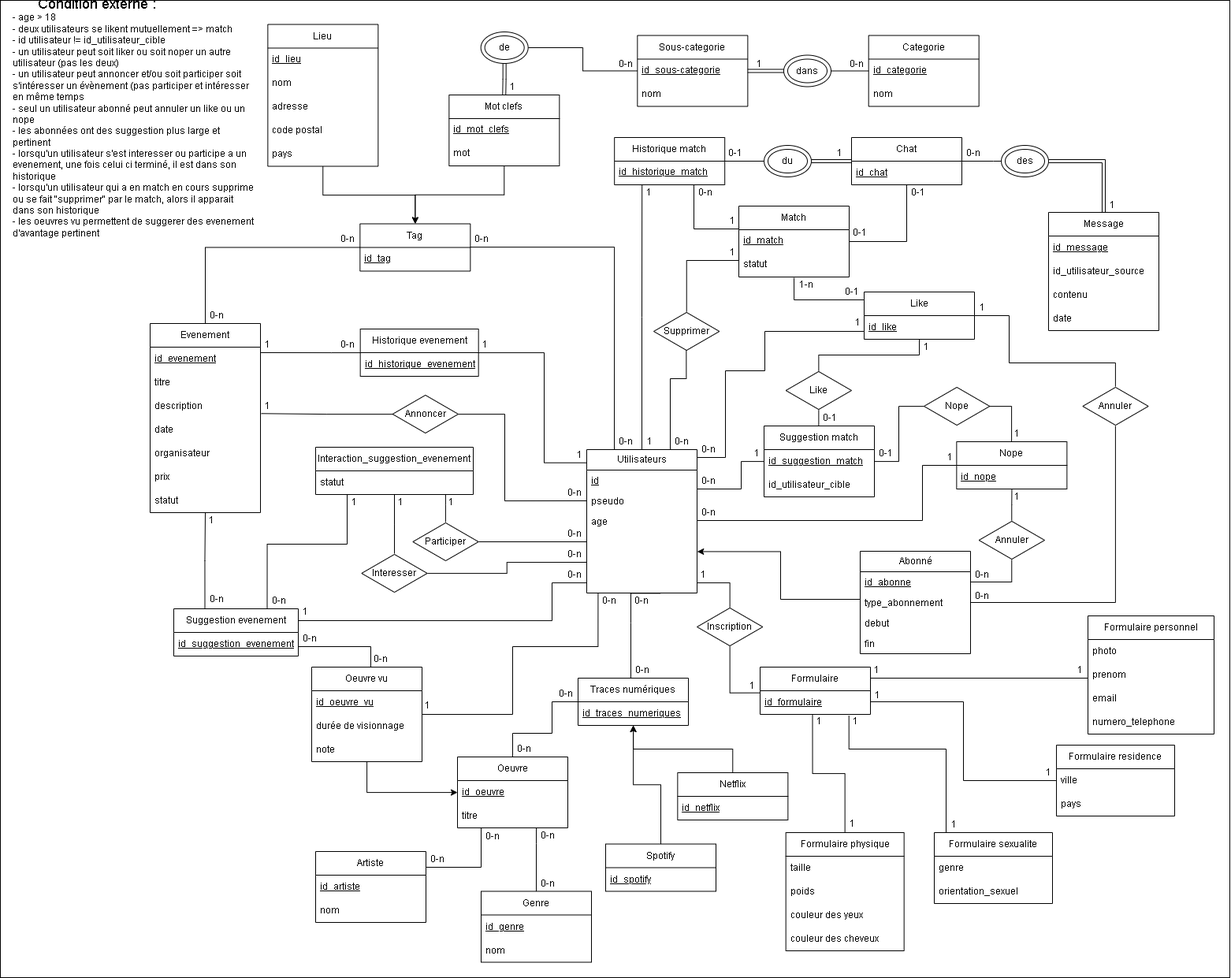
Before: ER.png, a diagram exported from draw.io (SuyuKuka/Le-Big-Match-Big-Brother-Is-Matching-You). Source tidied: cells renumbered, new cells last; positions are measured from the earlier drawing's top-left corner, leaving out a move shared by most shapes.
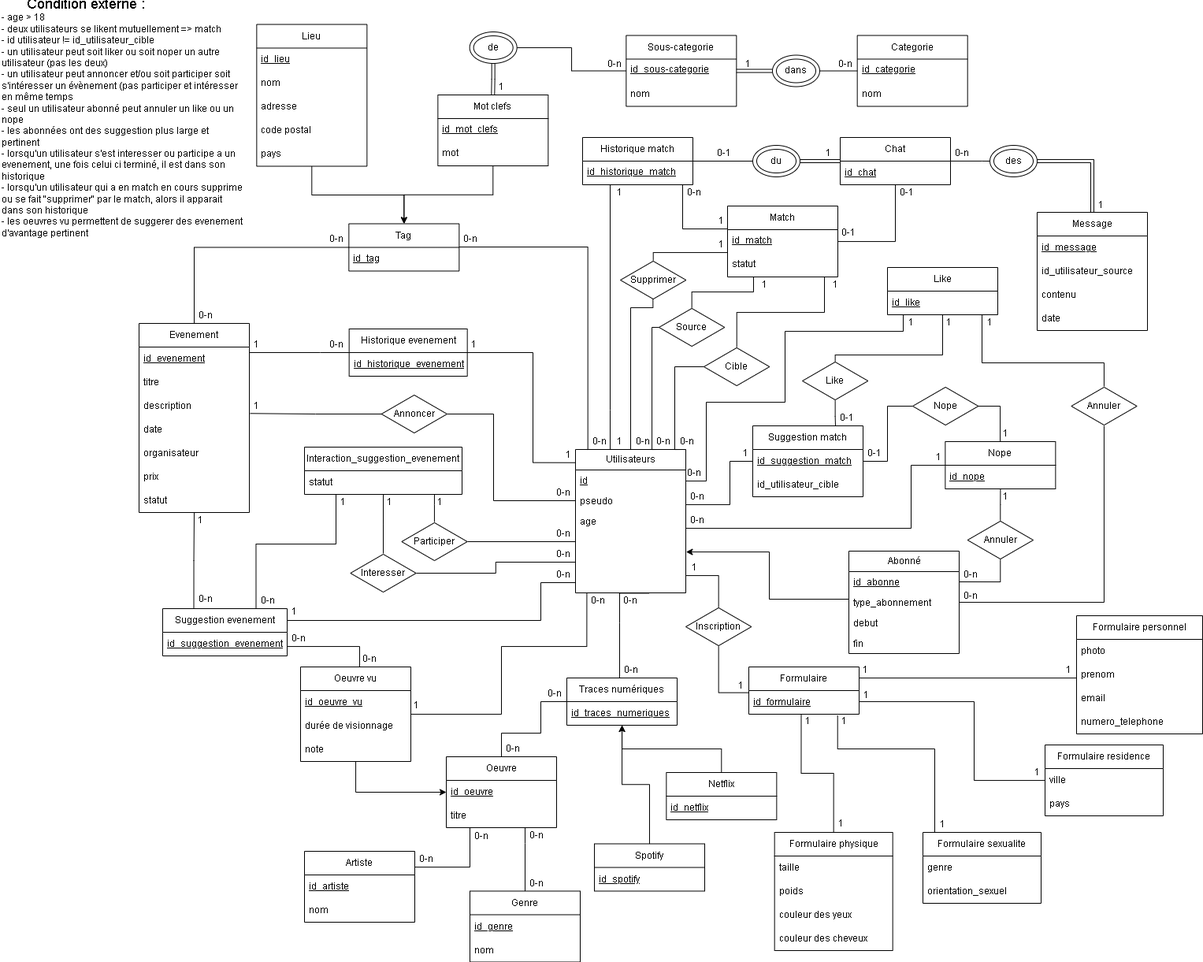
The same file after the commit.

Commit message:
correction db et sql et ER

Change to the diagram source:
```diff
@@ -2,19 +2,31 @@
   <root>
     <mxCell id="0" />
     <mxCell id="1" parent="0" />
-    <mxCell id="2" style="rounded=0;whiteSpace=wrap;html=1;" parent="1" vertex="1">
-      <mxGeometry width="1560" height="1240" as="geometry" />
-    </mxCell>
     <mxCell id="3" style="edgeStyle=orthogonalEdgeStyle;rounded=0;jettySize=auto;html=1;entryX=0.25;entryY=1;entryDx=0;entryDy=0;endArrow=none;startFill=0;" parent="1" edge="1" source="5" target="116">
-      <mxGeometry relative="1" as="geometry" />
+      <mxGeometry relative="1" as="geometry">
+        <Array as="points">
+          <mxPoint x="788" y="520" />
+          <mxPoint x="788" y="520" />
+        </Array>
+      </mxGeometry>
     </mxCell>
-    <mxCell id="4" style="edgeStyle=orthogonalEdgeStyle;rounded=0;jettySize=auto;html=1;exitX=0.25;exitY=0;exitDx=0;exitDy=0;endArrow=none;startFill=0;" parent="1" edge="1" source="5" target="50">
+    <mxCell id="4" style="edgeStyle=orthogonalEdgeStyle;rounded=0;jettySize=auto;html=1;exitX=0.112;exitY=0.003;exitDx=0;exitDy=0;endArrow=none;startFill=0;exitPerimeter=0;" parent="1" edge="1" source="5" target="50">
       <mxGeometry relative="1" as="geometry">
         <Array as="points">
-          <mxPoint x="779" y="313" />
+          <mxPoint x="760" y="313" />
         </Array>
       </mxGeometry>
     </mxCell>
+    <mxCell id="250" style="edgeStyle=orthogonalEdgeStyle;rounded=0;orthogonalLoop=1;jettySize=auto;html=1;exitX=0.75;exitY=0;exitDx=0;exitDy=0;endArrow=none;startFill=0;" parent="1" edge="1">
+      <mxGeometry relative="1" as="geometry">
+        <mxPoint x="850" y="570" as="sourcePoint" />
+        <mxPoint x="851" y="415" as="targetPoint" />
+        <Array as="points">
+          <mxPoint x="841" y="570" />
+          <mxPoint x="841" y="415" />
+        </Array>
+      </mxGeometry>
+    </mxCell>
     <mxCell id="5" value="Utilisateurs" style="swimlane;fontStyle=0;horizontal=1;startSize=26;fillColor=none;html=1;" parent="1" vertex="1">
       <mxGeometry x="744" y="570" width="140" height="182" as="geometry" />
     </mxCell>
@@ -79,8 +91,8 @@
     <mxCell id="24" style="edgeStyle=orthogonalEdgeStyle;rounded=0;jettySize=auto;html=1;entryX=1;entryY=0.25;entryDx=0;entryDy=0;endArrow=none;startFill=0;" parent="1" edge="1" source="25" target="81">
       <mxGeometry relative="1" as="geometry">
         <Array as="points">
-          <mxPoint x="1222" y="990" />
-          <mxPoint x="1222" y="890" />
+          <mxPoint x="1250" y="990" />
+          <mxPoint x="1250" y="890" />
           <mxPoint x="1104" y="890" />
         </Array>
       </mxGeometry>
@@ -131,7 +143,8 @@
         <mxPoint x="884" y="620" as="targetPoint" />
         <Array as="points">
           <mxPoint x="940" y="585" />
-          <mxPoint x="940" y="620" />
+          <mxPoint x="940" y="640" />
+          <mxPoint x="884" y="640" />
         </Array>
       </mxGeometry>
     </mxCell>
@@ -233,19 +246,19 @@
     <mxCell id="68" value="nom" style="text;strokeColor=none;fillColor=none;align=left;verticalAlign=top;spacingLeft=4;spacingRight=4;overflow=hidden;whiteSpace=wrap;html=1;" parent="66" vertex="1">
       <mxGeometry y="60" width="140" height="30" as="geometry" />
     </mxCell>
+    <mxCell id="70" style="edgeStyle=orthogonalEdgeStyle;rounded=0;jettySize=auto;html=1;endArrow=none;startFill=0;" parent="1" edge="1" source="71" target="173">
+      <mxGeometry relative="1" as="geometry">
+        <Array as="points">
+          <mxPoint x="1074" y="450" />
+          <mxPoint x="1210" y="450" />
+        </Array>
+      </mxGeometry>
+    </mxCell>
-    <mxCell id="69" style="edgeStyle=orthogonalEdgeStyle;rounded=0;jettySize=auto;html=1;entryX=0.5;entryY=0;entryDx=0;entryDy=0;endArrow=none;startFill=0;" parent="1" edge="1" source="71" target="39">
+    <mxCell id="69" style="edgeStyle=orthogonalEdgeStyle;rounded=0;jettySize=auto;html=1;entryX=0.75;entryY=0;entryDx=0;entryDy=0;endArrow=none;startFill=0;" parent="1" edge="1" source="71" target="39">
       <mxGeometry relative="1" as="geometry" />
     </mxCell>
-    <mxCell id="70" style="edgeStyle=orthogonalEdgeStyle;rounded=0;jettySize=auto;html=1;endArrow=none;startFill=0;" parent="1" edge="1" source="71" target="173">
-      <mxGeometry relative="1" as="geometry">
-        <Array as="points">
-          <mxPoint x="1038" y="450" />
-          <mxPoint x="1166" y="450" />
-        </Array>
-      </mxGeometry>
-    </mxCell>
     <mxCell id="71" value="Like" style="html=1;whiteSpace=wrap;shape=isoRectangle;" parent="1" vertex="1">
-      <mxGeometry x="996.7" y="470" width="83.3" height="50" as="geometry" />
+      <mxGeometry x="1032" y="458" width="83.3" height="50" as="geometry" />
     </mxCell>
     <mxCell id="72" style="edgeStyle=orthogonalEdgeStyle;rounded=0;jettySize=auto;html=1;endArrow=none;startFill=0;" parent="1" edge="1" source="73" target="169">
       <mxGeometry relative="1" as="geometry">
@@ -296,8 +309,8 @@
       <mxGeometry relative="1" as="geometry">
         <mxPoint x="884" y="739" as="targetPoint" />
         <Array as="points">
-          <mxPoint x="926" y="739" />
-          <mxPoint x="884" y="739" />
+          <mxPoint x="926" y="730" />
+          <mxPoint x="884" y="730" />
         </Array>
       </mxGeometry>
     </mxCell>
@@ -305,17 +318,17 @@
       <mxGeometry relative="1" as="geometry">
         <mxPoint x="1091" y="760" as="sourcePoint" />
         <Array as="points">
-          <mxPoint x="1091" y="760" />
           <mxPoint x="990" y="760" />
-          <mxPoint x="990" y="699" />
+          <mxPoint x="990" y="700" />
+          <mxPoint x="884" y="700" />
         </Array>
       </mxGeometry>
     </mxCell>
     <mxCell id="86" style="edgeStyle=orthogonalEdgeStyle;rounded=0;jettySize=auto;html=1;endArrow=none;startFill=0;exitX=0.496;exitY=0.972;exitDx=0;exitDy=0;exitPerimeter=0;" parent="1" edge="1" source="93" target="5">
       <mxGeometry relative="1" as="geometry">
         <Array as="points">
-          <mxPoint x="870" y="480" />
-          <mxPoint x="850" y="480" />
+          <mxPoint x="842" y="390" />
+          <mxPoint x="814" y="390" />
         </Array>
       </mxGeometry>
     </mxCell>
@@ -335,8 +348,7 @@
       <mxGeometry relative="1" as="geometry">
         <Array as="points">
           <mxPoint x="1415" y="460" />
-          <mxPoint x="1280" y="460" />
-          <mxPoint x="1280" y="400" />
+          <mxPoint x="1260" y="460" />
         </Array>
       </mxGeometry>
     </mxCell>
@@ -344,7 +356,7 @@
       <mxGeometry x="1373.3" y="490" width="83.3" height="50" as="geometry" />
     </mxCell>
     <mxCell id="93" value="Supprimer" style="html=1;whiteSpace=wrap;shape=isoRectangle;" parent="1" vertex="1">
-      <mxGeometry x="829" y="395" width="83.3" height="50" as="geometry" />
+      <mxGeometry x="801" y="330" width="83.3" height="50" as="geometry" />
     </mxCell>
     <mxCell id="94" style="edgeStyle=orthogonalEdgeStyle;rounded=0;jettySize=auto;html=1;entryX=1.004;entryY=0.233;entryDx=0;entryDy=0;endArrow=none;startFill=0;entryPerimeter=0;" parent="1" edge="1" source="95" target="43">
       <mxGeometry relative="1" as="geometry">
@@ -424,8 +436,8 @@
     <mxCell id="114" style="edgeStyle=orthogonalEdgeStyle;rounded=0;jettySize=auto;html=1;entryX=0;entryY=0.5;entryDx=0;entryDy=0;endArrow=none;startFill=0;" parent="1" edge="1" source="93" target="89">
       <mxGeometry relative="1" as="geometry">
         <Array as="points">
-          <mxPoint x="871" y="330" />
-          <mxPoint x="937" y="330" />
+          <mxPoint x="843" y="320" />
+          <mxPoint x="937" y="320" />
         </Array>
       </mxGeometry>
     </mxCell>
@@ -437,19 +449,19 @@
       </mxGeometry>
     </mxCell>
     <mxCell id="116" value="Historique match" style="swimlane;fontStyle=0;horizontal=1;startSize=30;whiteSpace=wrap;html=1;" parent="1" vertex="1">
-      <mxGeometry x="779.2" y="174" width="140" height="60" as="geometry" />
+      <mxGeometry x="753" y="174" width="140" height="60" as="geometry" />
     </mxCell>
     <mxCell id="117" value="&lt;u&gt;id_historique_match&lt;/u&gt;" style="text;strokeColor=none;fillColor=none;align=left;verticalAlign=top;spacingLeft=4;spacingRight=4;overflow=hidden;whiteSpace=wrap;html=1;" parent="116" vertex="1">
       <mxGeometry y="30" width="140" height="30" as="geometry" />
     </mxCell>
     <mxCell id="118" value="1" style="text;html=1;align=center;verticalAlign=middle;whiteSpace=wrap;rounded=0;" parent="1" vertex="1">
-      <mxGeometry x="877" y="719" width="30" height="20" as="geometry" />
+      <mxGeometry x="880" y="710" width="30" height="20" as="geometry" />
     </mxCell>
     <mxCell id="119" value="0-n" style="text;html=1;align=center;verticalAlign=middle;whiteSpace=wrap;rounded=0;" parent="1" vertex="1">
       <mxGeometry x="800" y="840" width="30" height="20" as="geometry" />
     </mxCell>
     <mxCell id="120" value="0-n" style="text;html=1;align=center;verticalAlign=middle;whiteSpace=wrap;rounded=0;" parent="1" vertex="1">
-      <mxGeometry x="850" y="550" width="30" height="20" as="geometry" />
+      <mxGeometry x="815" y="550" width="30" height="20" as="geometry" />
     </mxCell>
     <mxCell id="121" style="edgeStyle=orthogonalEdgeStyle;rounded=0;jettySize=auto;html=1;" parent="1" edge="1" source="122" target="97">
       <mxGeometry relative="1" as="geometry" />
@@ -618,20 +630,20 @@
       <mxGeometry relative="1" as="geometry" />
     </mxCell>
     <mxCell id="165" value="1" style="text;html=1;align=center;verticalAlign=middle;whiteSpace=wrap;rounded=0;" parent="1" vertex="1">
-      <mxGeometry x="809.3" y="550" width="30" height="20" as="geometry" />
+      <mxGeometry x="785" y="550" width="30" height="20" as="geometry" />
     </mxCell>
     <mxCell id="166" value="1" style="text;html=1;align=center;verticalAlign=middle;whiteSpace=wrap;rounded=0;" parent="1" vertex="1">
-      <mxGeometry x="808.3" y="234" width="30" height="20" as="geometry" />
+      <mxGeometry x="785" y="234" width="30" height="20" as="geometry" />
     </mxCell>
     <mxCell id="167" value="1" style="text;html=1;align=center;verticalAlign=middle;whiteSpace=wrap;rounded=0;" parent="1" vertex="1">
-      <mxGeometry x="914.3" y="310" width="30" height="20" as="geometry" />
+      <mxGeometry x="914" y="300" width="30" height="20" as="geometry" />
     </mxCell>
     <mxCell id="168" style="edgeStyle=orthogonalEdgeStyle;rounded=0;jettySize=auto;html=1;entryX=1;entryY=0.5;entryDx=0;entryDy=0;endArrow=none;startFill=0;" parent="1" edge="1" source="169" target="8">
       <mxGeometry relative="1" as="geometry">
         <Array as="points">
           <mxPoint x="1170" y="590" />
-          <mxPoint x="1170" y="660" />
-          <mxPoint x="884" y="660" />
+          <mxPoint x="1170" y="670" />
+          <mxPoint x="884" y="670" />
         </Array>
       </mxGeometry>
     </mxCell>
@@ -641,29 +653,21 @@
     <mxCell id="170" value="&lt;u&gt;id_nope&lt;/u&gt;" style="text;strokeColor=none;fillColor=none;align=left;verticalAlign=middle;spacingLeft=4;spacingRight=4;overflow=hidden;whiteSpace=wrap;html=1;" parent="169" vertex="1">
       <mxGeometry y="30" width="140" height="30" as="geometry" />
     </mxCell>
-    <mxCell id="171" style="edgeStyle=orthogonalEdgeStyle;rounded=0;orthogonalLoop=1;jettySize=auto;html=1;endArrow=none;startFill=0;" parent="1" edge="1">
-      <mxGeometry relative="1" as="geometry">
-        <mxPoint x="1096" y="391" as="sourcePoint" />
-        <mxPoint x="1007" y="352" as="targetPoint" />
-        <Array as="points">
-          <mxPoint x="1096" y="380" />
-          <mxPoint x="1007" y="380" />
-        </Array>
-      </mxGeometry>
-    </mxCell>
     <mxCell id="172" style="edgeStyle=orthogonalEdgeStyle;rounded=0;jettySize=auto;html=1;endArrow=none;startFill=0;" parent="1" edge="1" source="173">
       <mxGeometry relative="1" as="geometry">
         <mxPoint x="884" y="580" as="targetPoint" />
         <Array as="points">
-          <mxPoint x="970" y="420" />
-          <mxPoint x="970" y="470" />
-          <mxPoint x="920" y="470" />
-          <mxPoint x="920" y="580" />
+          <mxPoint x="1160" y="420" />
+          <mxPoint x="1010" y="420" />
+          <mxPoint x="1010" y="510" />
+          <mxPoint x="910" y="510" />
+          <mxPoint x="910" y="610" />
+          <mxPoint x="884" y="610" />
         </Array>
       </mxGeometry>
     </mxCell>
     <mxCell id="173" value="Like" style="swimlane;fontStyle=0;horizontal=1;startSize=30;whiteSpace=wrap;html=1;" parent="1" vertex="1">
-      <mxGeometry x="1096" y="370" width="140" height="60" as="geometry" />
+      <mxGeometry x="1140" y="339" width="140" height="60" as="geometry" />
     </mxCell>
     <mxCell id="174" value="&lt;u&gt;id_like&lt;/u&gt;" style="text;strokeColor=none;fillColor=none;align=left;verticalAlign=middle;spacingLeft=4;spacingRight=4;overflow=hidden;whiteSpace=wrap;html=1;" parent="173" vertex="1">
       <mxGeometry y="30" width="140" height="30" as="geometry" />
@@ -678,16 +682,16 @@
       <mxGeometry relative="1" as="geometry" />
     </mxCell>
     <mxCell id="178" value="0-n" style="text;html=1;align=center;verticalAlign=middle;whiteSpace=wrap;rounded=0;" parent="1" vertex="1">
-      <mxGeometry x="884.3" y="600" width="30" height="20" as="geometry" />
+      <mxGeometry x="884" y="620" width="30" height="20" as="geometry" />
     </mxCell>
     <mxCell id="179" value="1" style="text;html=1;align=center;verticalAlign=middle;whiteSpace=wrap;rounded=0;" parent="1" vertex="1">
       <mxGeometry x="945" y="565" width="30" height="20" as="geometry" />
     </mxCell>
     <mxCell id="180" value="0-1" style="text;html=1;align=center;verticalAlign=middle;whiteSpace=wrap;rounded=0;" parent="1" vertex="1">
-      <mxGeometry x="1038.3" y="520" width="30" height="20" as="geometry" />
+      <mxGeometry x="1074" y="520" width="30" height="20" as="geometry" />
     </mxCell>
     <mxCell id="181" value="1" style="text;html=1;align=center;verticalAlign=middle;whiteSpace=wrap;rounded=0;" parent="1" vertex="1">
-      <mxGeometry x="1160" y="430" width="30" height="20" as="geometry" />
+      <mxGeometry x="1203" y="399" width="30" height="20" as="geometry" />
     </mxCell>
     <mxCell id="182" value="0-1" style="text;html=1;align=center;verticalAlign=middle;whiteSpace=wrap;rounded=0;" parent="1" vertex="1">
       <mxGeometry x="1109" y="565" width="30" height="20" as="geometry" />
@@ -696,13 +700,13 @@
       <mxGeometry x="1275" y="540" width="30" height="20" as="geometry" />
     </mxCell>
     <mxCell id="184" value="0-n" style="text;html=1;align=center;verticalAlign=middle;whiteSpace=wrap;rounded=0;" parent="1" vertex="1">
-      <mxGeometry x="884.3" y="560" width="30" height="20" as="geometry" />
+      <mxGeometry x="880" y="590" width="30" height="20" as="geometry" />
     </mxCell>
     <mxCell id="185" value="1" style="text;html=1;align=center;verticalAlign=middle;whiteSpace=wrap;rounded=0;" parent="1" vertex="1">
-      <mxGeometry x="1073" y="399" width="30" height="20" as="geometry" />
+      <mxGeometry x="1155" y="399" width="30" height="20" as="geometry" />
     </mxCell>
     <mxCell id="186" value="0-n" style="text;html=1;align=center;verticalAlign=middle;whiteSpace=wrap;rounded=0;" parent="1" vertex="1">
-      <mxGeometry x="884" y="640" width="30" height="20" as="geometry" />
+      <mxGeometry x="884" y="650" width="30" height="20" as="geometry" />
     </mxCell>
     <mxCell id="187" value="1" style="text;html=1;align=center;verticalAlign=middle;whiteSpace=wrap;rounded=0;" parent="1" vertex="1">
       <mxGeometry x="1190" y="570" width="30" height="20" as="geometry" />
@@ -717,14 +721,8 @@
       <mxGeometry x="1231" y="746" width="30" height="20" as="geometry" />
     </mxCell>
     <mxCell id="191" value="1" style="text;html=1;align=center;verticalAlign=middle;whiteSpace=wrap;rounded=0;" parent="1" vertex="1">
-      <mxGeometry x="1231" y="380" width="30" height="20" as="geometry" />
+      <mxGeometry x="1255.3" y="399" width="30" height="20" as="geometry" />
     </mxCell>
-    <mxCell id="192" value="0-1" style="text;html=1;align=center;verticalAlign=middle;whiteSpace=wrap;rounded=0;" parent="1" vertex="1">
-      <mxGeometry x="1066" y="360" width="30" height="20" as="geometry" />
-    </mxCell>
-    <mxCell id="193" value="1-n" style="text;html=1;align=center;verticalAlign=middle;whiteSpace=wrap;rounded=0;" parent="1" vertex="1">
-      <mxGeometry x="1008.3" y="351" width="30" height="20" as="geometry" />
-    </mxCell>
     <mxCell id="194" value="1" style="text;html=1;align=center;verticalAlign=middle;whiteSpace=wrap;rounded=0;" parent="1" vertex="1">
       <mxGeometry x="720" y="567" width="30" height="20" as="geometry" />
     </mxCell>
@@ -735,7 +733,7 @@
       <mxGeometry x="1396" y="250" width="30" height="20" as="geometry" />
     </mxCell>
     <mxCell id="197" value="0-n" style="text;html=1;align=center;verticalAlign=middle;whiteSpace=wrap;rounded=0;" parent="1" vertex="1">
-      <mxGeometry x="779.3" y="550" width="30" height="20" as="geometry" />
+      <mxGeometry x="760" y="550" width="30" height="20" as="geometry" />
     </mxCell>
     <mxCell id="198" value="0-n" style="text;html=1;align=center;verticalAlign=middle;whiteSpace=wrap;rounded=0;" parent="1" vertex="1">
       <mxGeometry x="596.3" y="293" width="30" height="20" as="geometry" />
@@ -908,5 +906,47 @@
     <mxCell id="249" value="de" style="ellipse;whiteSpace=wrap;html=1;" parent="1" vertex="1">
       <mxGeometry x="614.7" y="45" width="50" height="30" as="geometry" />
     </mxCell>
+    <mxCell id="251" style="edgeStyle=orthogonalEdgeStyle;rounded=0;jettySize=auto;html=1;endArrow=none;startFill=0;" parent="1" edge="1" source="252" target="88">
+      <mxGeometry relative="1" as="geometry">
+        <Array as="points">
+          <mxPoint x="892" y="370" />
+          <mxPoint x="970" y="370" />
+        </Array>
+      </mxGeometry>
+    </mxCell>
+    <mxCell id="252" value="Source" style="html=1;whiteSpace=wrap;shape=isoRectangle;" parent="1" vertex="1">
+      <mxGeometry x="850" y="390" width="83.3" height="50" as="geometry" />
+    </mxCell>
+    <mxCell id="253" style="edgeStyle=orthogonalEdgeStyle;rounded=0;jettySize=auto;html=1;entryX=1;entryY=0;entryDx=0;entryDy=0;exitX=0.013;exitY=0.5;exitDx=0;exitDy=0;exitPerimeter=0;endArrow=none;startFill=0;" parent="1" edge="1" source="255" target="5">
+      <mxGeometry relative="1" as="geometry">
+        <Array as="points">
+          <mxPoint x="870" y="465" />
+          <mxPoint x="870" y="570" />
+        </Array>
+      </mxGeometry>
+    </mxCell>
+    <mxCell id="254" style="edgeStyle=orthogonalEdgeStyle;rounded=0;jettySize=auto;html=1;endArrow=none;startFill=0;" parent="1" edge="1" source="255" target="88">
+      <mxGeometry relative="1" as="geometry">
+        <Array as="points">
+          <mxPoint x="949" y="396" />
+          <mxPoint x="1060" y="396" />
+        </Array>
+      </mxGeometry>
+    </mxCell>
+    <mxCell id="255" value="Cible" style="html=1;whiteSpace=wrap;shape=isoRectangle;" parent="1" vertex="1">
+      <mxGeometry x="907" y="440" width="83.3" height="50" as="geometry" />
+    </mxCell>
+    <mxCell id="256" value="0-n" style="text;html=1;align=center;verticalAlign=middle;whiteSpace=wrap;rounded=0;" parent="1" vertex="1">
+      <mxGeometry x="841" y="550" width="30" height="20" as="geometry" />
+    </mxCell>
+    <mxCell id="257" value="0-n" style="text;html=1;align=center;verticalAlign=middle;whiteSpace=wrap;rounded=0;" parent="1" vertex="1">
+      <mxGeometry x="871" y="550" width="30" height="20" as="geometry" />
+    </mxCell>
+    <mxCell id="258" value="1" style="text;html=1;align=center;verticalAlign=middle;whiteSpace=wrap;rounded=0;" parent="1" vertex="1">
+      <mxGeometry x="1058.7" y="351" width="30" height="20" as="geometry" />
+    </mxCell>
+    <mxCell id="259" value="1" style="text;html=1;align=center;verticalAlign=middle;whiteSpace=wrap;rounded=0;" parent="1" vertex="1">
+      <mxGeometry x="969.3" y="351" width="30" height="20" as="geometry" />
+    </mxCell>
   </root>
 </mxGraphModel>
```
